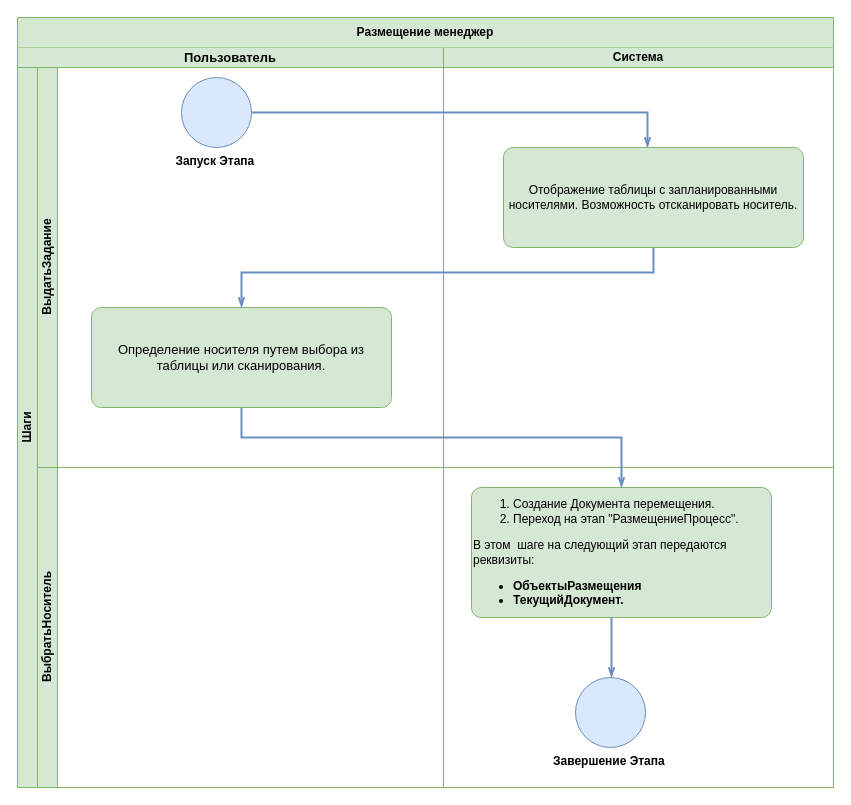
flln23/TopLog_Diagrams keeps this draw.io diagram as mobile-client/terminal-programms/razmeschenie/manager.drawio. Above is the earlier version. Source tidied: cells renumbered, new cells numbered last; positions are measured from the earlier drawing's top-left corner, leaving out a move shared by most shapes. Both pictures are drawn from the tidied source at 100%, with x=0, y=0 at pixel (17, 17).
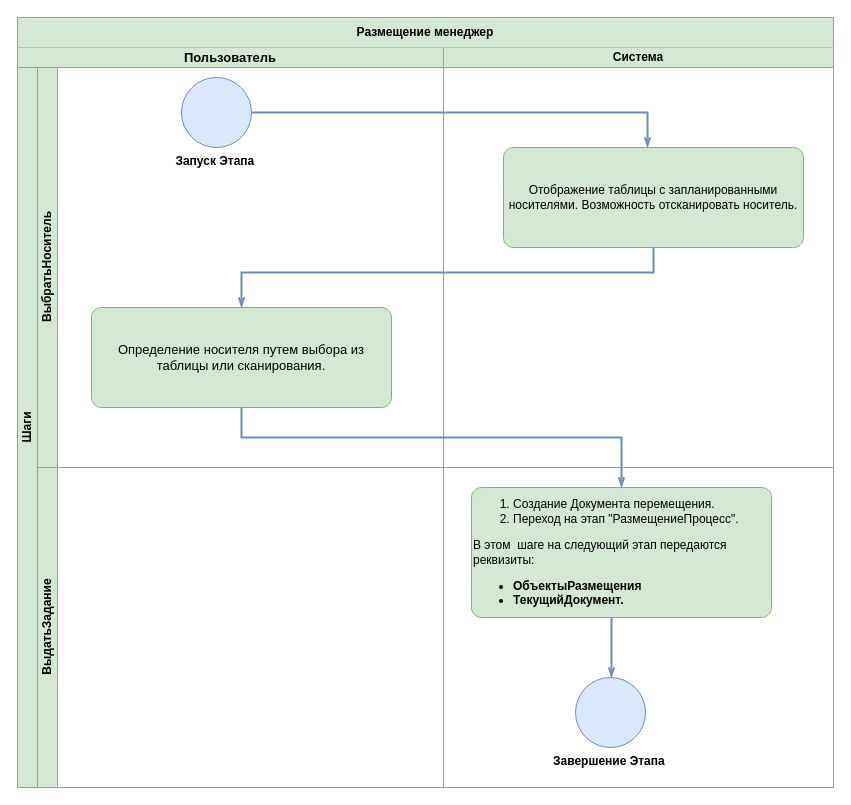
The same page after the edit.

The change refers to these unchanged cells:
```xml
<mxCell id="2" value="Шаги&lt;br&gt;" style="swimlane;html=1;horizontal=0;startSize=20;whiteSpace=wrap;fillColor=#d5e8d4;strokeColor=#82b366;" parent="1" vertex="1">
  <mxGeometry y="50" width="816" height="720" as="geometry" />
</mxCell>
```

Change to the diagram source:
```diff
@@
-    <mxCell id="3" value="ВыдатьЗадание&lt;br&gt;" style="swimlane;html=1;startSize=20;horizontal=0;fillColor=#d5e8d4;strokeColor=#82b366;" parent="2" vertex="1">
+    <mxCell id="3" value="ВыбратьНоситель" style="swimlane;html=1;startSize=20;horizontal=0;fillColor=#d5e8d4;strokeColor=#82b366;" parent="2" vertex="1">
       <mxGeometry x="20" width="796" height="400" as="geometry" />
     </mxCell>
-    <mxCell id="4" value="ВыбратьНоситель" style="swimlane;html=1;startSize=20;horizontal=0;fillColor=#d5e8d4;strokeColor=#82b366;" parent="2" vertex="1">
+    <mxCell id="4" value="ВыдатьЗадание" style="swimlane;html=1;startSize=20;horizontal=0;fillColor=#d5e8d4;strokeColor=#82b366;" parent="2" vertex="1">
       <mxGeometry x="20" y="400" width="796" height="320" as="geometry" />
     </mxCell>
```
